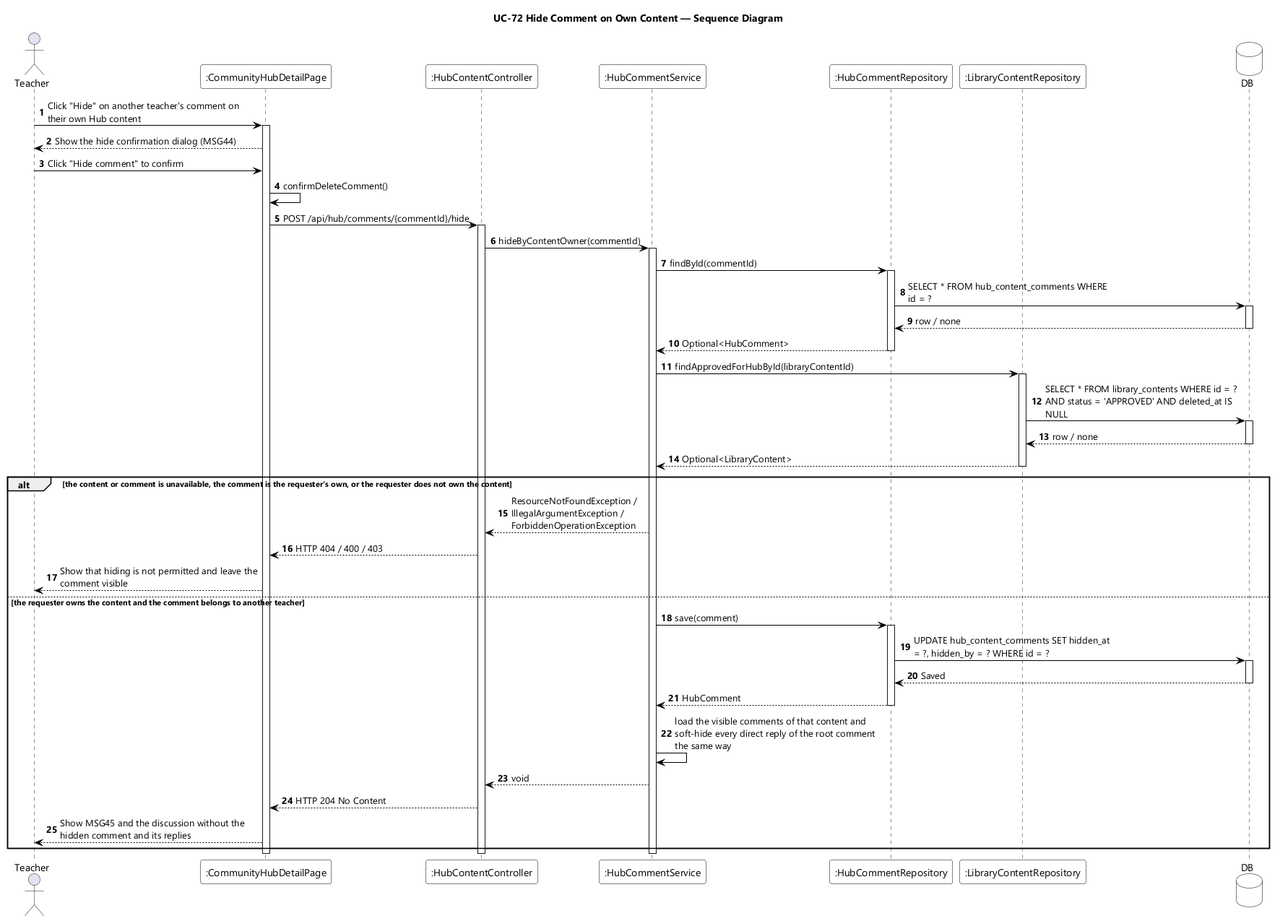
The PlantUML diagram designs/sds-diagrams/uc72/uc72-sequence-diagram.png in EduA-system/EduA-system, before a commit. Source of this version:
```plantuml
@startuml UC-72 Hide Comment on Own Content - Sequence Diagram
skinparamlocked dpi 96
skinparam defaultFontName "Segoe UI"
skinparam shadowing false
skinparam ParticipantBackgroundColor #FFFFFF
skinparam ParticipantBorderColor #000000
skinparam DatabaseBackgroundColor #FFFFFF
skinparam DatabaseBorderColor #000000
skinparam ArrowColor #000000
skinparam sequenceMessageAlign left
skinparam maxMessageSize 280
title UC-72 Hide Comment on Own Content — Sequence Diagram

actor Teacher
participant ":CommunityHubDetailPage" as UI
participant ":HubContentController" as CTL
participant ":HubCommentService" as SVC
participant ":HubCommentRepository" as COMMENTS
participant ":LibraryContentRepository" as CONTENTS
database DB

autonumber
Teacher -> UI : Click "Hide" on another teacher's comment on their own Hub content
activate UI
UI --> Teacher : Show the hide confirmation dialog (MSG44)
Teacher -> UI : Click "Hide comment" to confirm
UI -> UI : confirmDeleteComment()
UI -> CTL : POST /api/hub/comments/{commentId}/hide
activate CTL
CTL -> SVC : hideByContentOwner(commentId)
activate SVC

SVC -> COMMENTS : findById(commentId)
activate COMMENTS
COMMENTS -> DB : SELECT * FROM hub_content_comments WHERE id = ?
activate DB
DB --> COMMENTS : row / none
deactivate DB
COMMENTS --> SVC : Optional<HubComment>
deactivate COMMENTS

SVC -> CONTENTS : findApprovedForHubById(libraryContentId)
activate CONTENTS
CONTENTS -> DB : SELECT * FROM library_contents WHERE id = ? AND status = 'APPROVED' AND deleted_at IS NULL
activate DB
DB --> CONTENTS : row / none
deactivate DB
CONTENTS --> SVC : Optional<LibraryContent>
deactivate CONTENTS

alt the content or comment is unavailable, the comment is the requester's own, or the requester does not own the content
  SVC --> CTL : ResourceNotFoundException / IllegalArgumentException / ForbiddenOperationException
  CTL --> UI : HTTP 404 / 400 / 403
  UI --> Teacher : Show that hiding is not permitted and leave the comment visible

else the requester owns the content and the comment belongs to another teacher
  SVC -> COMMENTS : save(comment)
  activate COMMENTS
  COMMENTS -> DB : UPDATE hub_content_comments SET hidden_at = ?, hidden_by = ? WHERE id = ?
  activate DB
  DB --> COMMENTS : Saved
  deactivate DB
  COMMENTS --> SVC : HubComment
  deactivate COMMENTS
  SVC -> SVC : load the visible comments of that content and soft-hide every direct reply of the root comment the same way
  SVC --> CTL : void
  CTL --> UI : HTTP 204 No Content
  UI --> Teacher : Show MSG45 and the discussion without the hidden comment and its replies
end

deactivate SVC
deactivate CTL
deactivate UI
@enduml
```
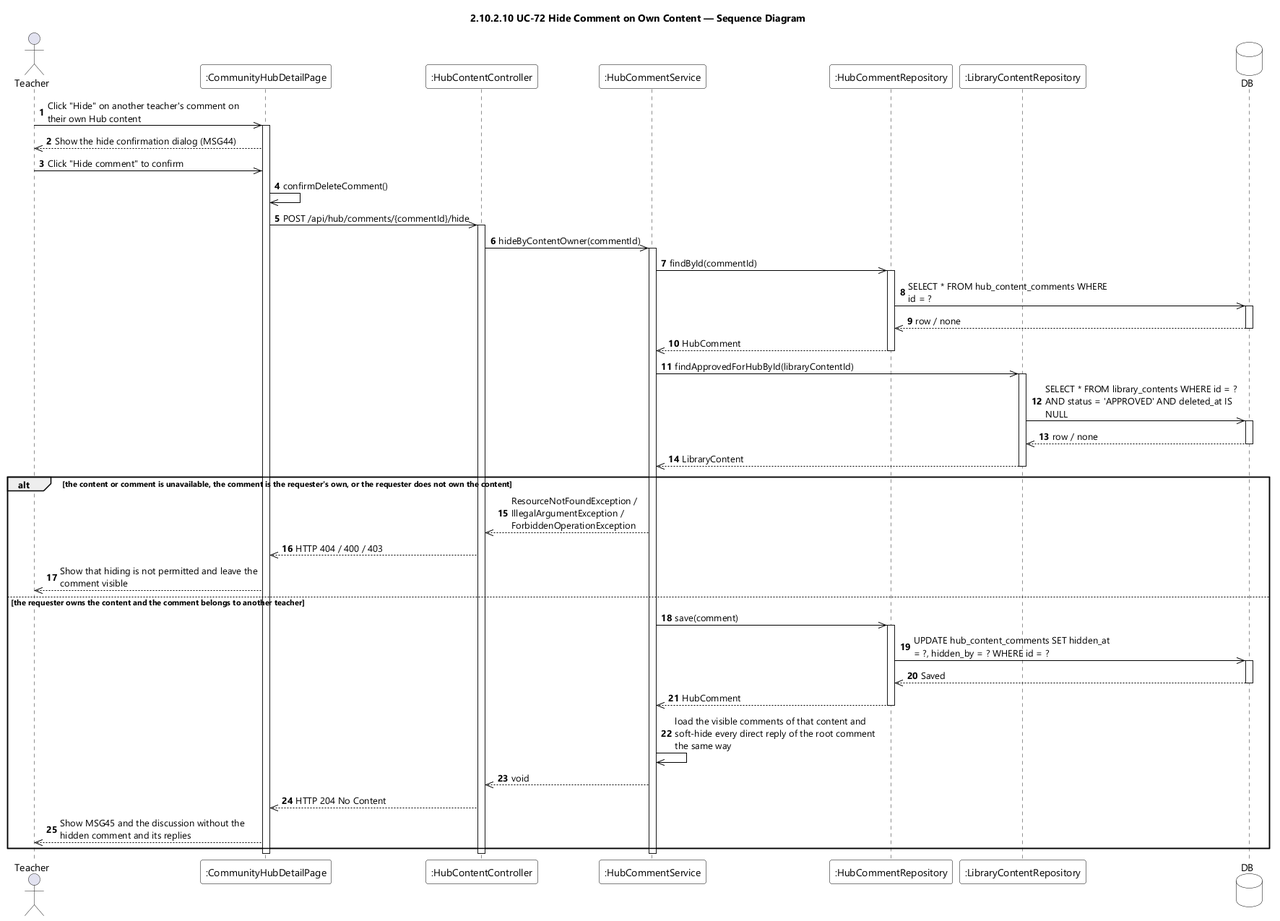
The same diagram one commit later.

Diff of the diagram source:
```diff
@@ -9,7 +9,7 @@
 skinparam ArrowColor #000000
 skinparam sequenceMessageAlign left
 skinparam maxMessageSize 280
-title UC-72 Hide Comment on Own Content — Sequence Diagram
+title 2.10.2.10 UC-72 Hide Comment on Own Content — Sequence Diagram
 
 actor Teacher
 participant ":CommunityHubDetailPage" as UI
@@ -20,52 +20,52 @@
 database DB
 
 autonumber
-Teacher -> UI : Click "Hide" on another teacher's comment on their own Hub content
+Teacher ->> UI : Click "Hide" on another teacher's comment on their own Hub content
 activate UI
-UI --> Teacher : Show the hide confirmation dialog (MSG44)
-Teacher -> UI : Click "Hide comment" to confirm
-UI -> UI : confirmDeleteComment()
-UI -> CTL : POST /api/hub/comments/{commentId}/hide
+UI -->> Teacher : Show the hide confirmation dialog (MSG44)
+Teacher ->> UI : Click "Hide comment" to confirm
+UI ->> UI : confirmDeleteComment()
+UI ->> CTL : POST /api/hub/comments/{commentId}/hide
 activate CTL
-CTL -> SVC : hideByContentOwner(commentId)
+CTL ->> SVC : hideByContentOwner(commentId)
 activate SVC
 
-SVC -> COMMENTS : findById(commentId)
+SVC ->> COMMENTS : findById(commentId)
 activate COMMENTS
-COMMENTS -> DB : SELECT * FROM hub_content_comments WHERE id = ?
+COMMENTS ->> DB : SELECT * FROM hub_content_comments WHERE id = ?
 activate DB
-DB --> COMMENTS : row / none
+DB -->> COMMENTS : row / none
 deactivate DB
-COMMENTS --> SVC : Optional<HubComment>
+COMMENTS -->> SVC : HubComment
 deactivate COMMENTS
 
-SVC -> CONTENTS : findApprovedForHubById(libraryContentId)
+SVC ->> CONTENTS : findApprovedForHubById(libraryContentId)
 activate CONTENTS
-CONTENTS -> DB : SELECT * FROM library_contents WHERE id = ? AND status = 'APPROVED' AND deleted_at IS NULL
+CONTENTS ->> DB : SELECT * FROM library_contents WHERE id = ? AND status = 'APPROVED' AND deleted_at IS NULL
 activate DB
-DB --> CONTENTS : row / none
+DB -->> CONTENTS : row / none
 deactivate DB
-CONTENTS --> SVC : Optional<LibraryContent>
+CONTENTS -->> SVC : LibraryContent
 deactivate CONTENTS
 
 alt the content or comment is unavailable, the comment is the requester's own, or the requester does not own the content
-  SVC --> CTL : ResourceNotFoundException / IllegalArgumentException / ForbiddenOperationException
-  CTL --> UI : HTTP 404 / 400 / 403
-  UI --> Teacher : Show that hiding is not permitted and leave the comment visible
+  SVC -->> CTL : ResourceNotFoundException / IllegalArgumentException / ForbiddenOperationException
+  CTL -->> UI : HTTP 404 / 400 / 403
+  UI -->> Teacher : Show that hiding is not permitted and leave the comment visible
 
 else the requester owns the content and the comment belongs to another teacher
-  SVC -> COMMENTS : save(comment)
+  SVC ->> COMMENTS : save(comment)
   activate COMMENTS
-  COMMENTS -> DB : UPDATE hub_content_comments SET hidden_at = ?, hidden_by = ? WHERE id = ?
+  COMMENTS ->> DB : UPDATE hub_content_comments SET hidden_at = ?, hidden_by = ? WHERE id = ?
   activate DB
-  DB --> COMMENTS : Saved
+  DB -->> COMMENTS : Saved
   deactivate DB
-  COMMENTS --> SVC : HubComment
+  COMMENTS -->> SVC : HubComment
   deactivate COMMENTS
-  SVC -> SVC : load the visible comments of that content and soft-hide every direct reply of the root comment the same way
-  SVC --> CTL : void
-  CTL --> UI : HTTP 204 No Content
-  UI --> Teacher : Show MSG45 and the discussion without the hidden comment and its replies
+  SVC ->> SVC : load the visible comments of that content and soft-hide every direct reply of the root comment the same way
+  SVC -->> CTL : void
+  CTL -->> UI : HTTP 204 No Content
+  UI -->> Teacher : Show MSG45 and the discussion without the hidden comment and its replies
 end
 
 deactivate SVC
```
